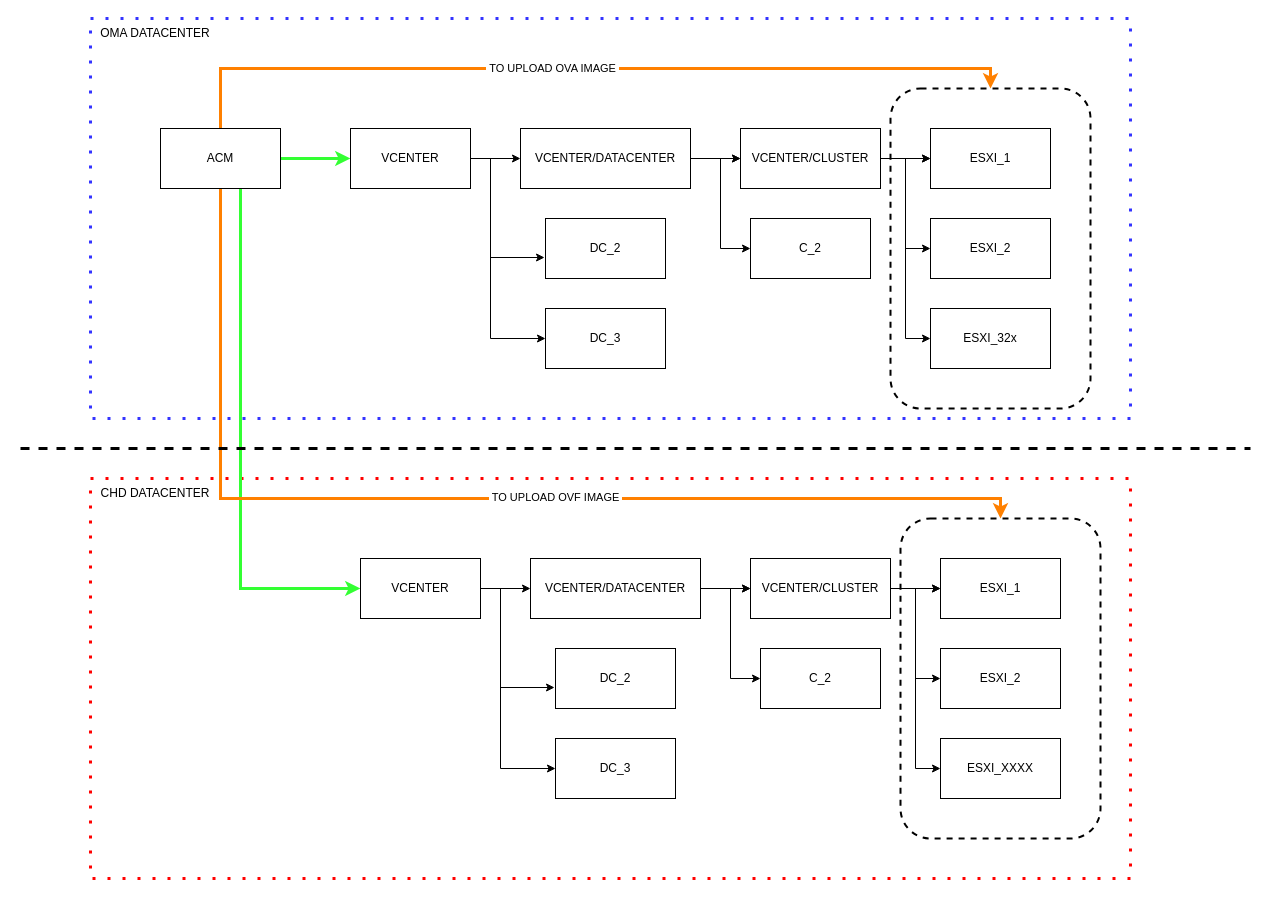
Above: acm-ipi-vmware.drawio in alexgdmx/diagrams.net (draw.io), before the change. Source tidied: cells renumbered, new cells numbered last; positions are measured from the earlier drawing's top-left corner, leaving out a move shared by most shapes. Both pictures are drawn from the tidied source at 100%, with x=0, y=0 at pixel (20, 18).
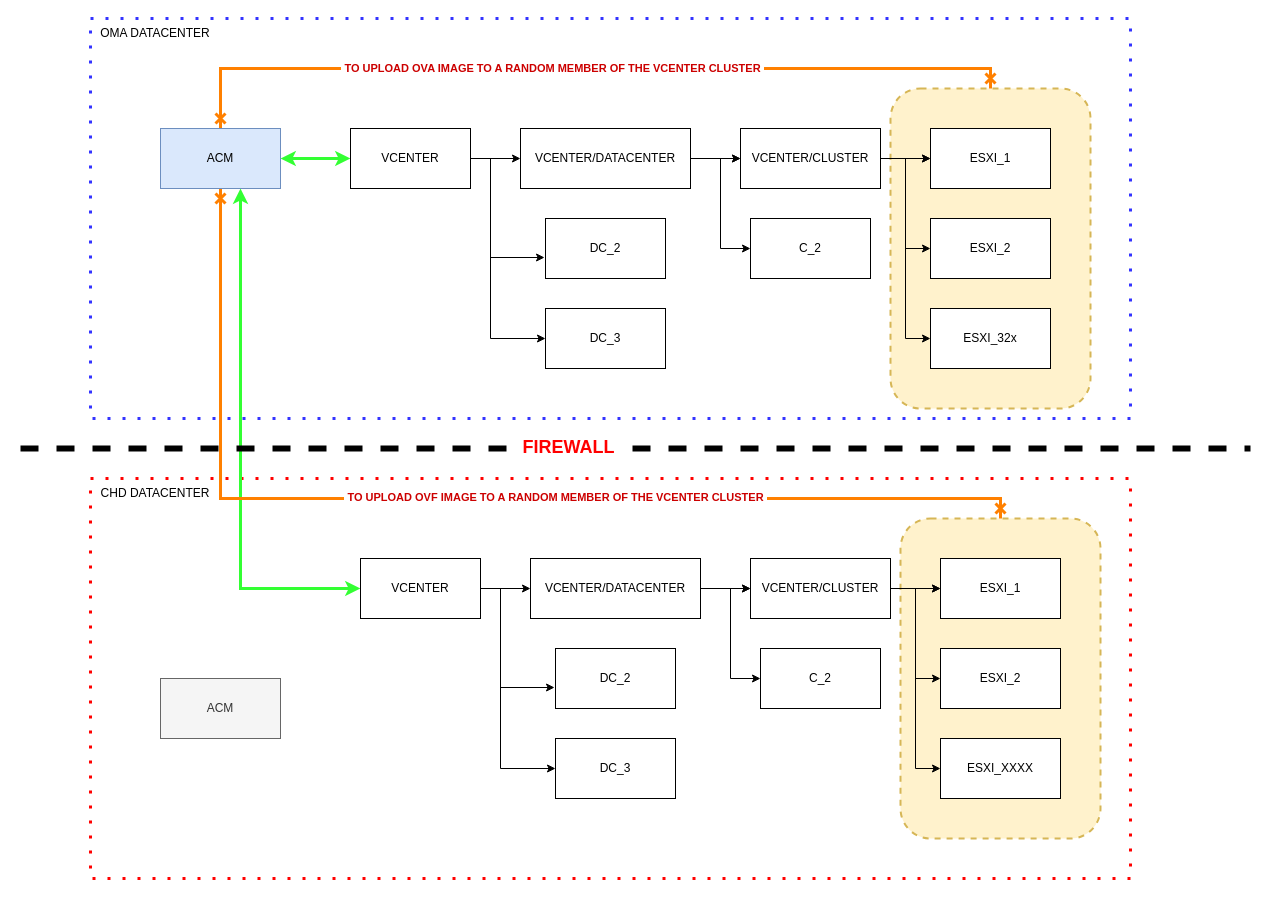
The same diagram, later.

Unchanged cells that the change refers to:
```xml
<mxCell id="16" value="VCENTER" style="rounded=0;whiteSpace=wrap;html=1;" parent="1" vertex="1">
  <mxGeometry x="330" y="110" width="120" height="60" as="geometry" />
</mxCell>
<mxCell id="35" value="VCENTER" style="rounded=0;whiteSpace=wrap;html=1;" parent="1" vertex="1">
  <mxGeometry x="340" y="540" width="120" height="60" as="geometry" />
</mxCell>
```

Diff of the diagram source:
```diff
@@
-    <mxCell id="3" style="rounded=1;whiteSpace=wrap;html=1;dashed=1;fillColor=none;strokeWidth=2;" parent="1" vertex="1">
+    <mxCell id="3" style="rounded=1;whiteSpace=wrap;html=1;dashed=1;fillColor=#fff2cc;strokeWidth=2;strokeColor=#d6b656;" parent="1" vertex="1">
       <mxGeometry x="880" y="500" width="200" height="320" as="geometry" />
     </mxCell>
@@
-    <mxCell id="6" style="rounded=1;whiteSpace=wrap;html=1;dashed=1;fillColor=none;strokeWidth=2;" parent="1" vertex="1">
+    <mxCell id="6" style="rounded=1;whiteSpace=wrap;html=1;dashed=1;fillColor=#fff2cc;strokeWidth=2;strokeColor=#d6b656;" parent="1" vertex="1">
       <mxGeometry x="870" y="70" width="200" height="320" as="geometry" />
     </mxCell>
-    <mxCell id="7" style="edgeStyle=orthogonalEdgeStyle;rounded=0;jettySize=auto;html=1;entryX=0;entryY=0.5;entryDx=0;entryDy=0;strokeColor=#33FF33;strokeWidth=3;" parent="1" edge="1" source="13" target="16">
+    <mxCell id="7" style="edgeStyle=orthogonalEdgeStyle;rounded=0;jettySize=auto;html=1;entryX=0;entryY=0.5;entryDx=0;entryDy=0;strokeColor=#33FF33;strokeWidth=3;startArrow=classic;startFill=1;" parent="1" edge="1" source="13" target="16">
       <mxGeometry relative="1" as="geometry" />
     </mxCell>
-    <mxCell id="8" style="edgeStyle=orthogonalEdgeStyle;rounded=0;jettySize=auto;html=1;entryX=0.5;entryY=0;entryDx=0;entryDy=0;strokeColor=#FF8000;strokeWidth=3;" parent="1" edge="1" source="13" target="6">
+    <mxCell id="8" style="edgeStyle=orthogonalEdgeStyle;rounded=0;jettySize=auto;html=1;entryX=0.5;entryY=0;entryDx=0;entryDy=0;strokeColor=#FF8000;strokeWidth=3;endArrow=cross;endFill=0;startArrow=cross;startFill=0;" parent="1" edge="1" source="13" target="6">
       <mxGeometry relative="1" as="geometry">
         <Array as="points">
           <mxPoint x="200" y="50" />
           <mxPoint x="970" y="50" />
         </Array>
       </mxGeometry>
     </mxCell>
-    <mxCell id="9" value="&amp;nbsp;TO UPLOAD OVA IMAGE&amp;nbsp;" style="edgeLabel;html=1;align=center;verticalAlign=middle;" parent="8" vertex="1">
+    <mxCell id="9" value="&lt;font style=&quot;color: rgb(204, 0, 0);&quot;&gt;&lt;b&gt;&amp;nbsp;TO UPLOAD OVA IMAGE TO A RANDOM MEMBER OF THE VCENTER CLUSTER&amp;nbsp;&lt;/b&gt;&lt;/font&gt;" style="edgeLabel;html=1;align=center;verticalAlign=middle;" parent="8" vertex="1">
       <mxGeometry x="-0.08" y="1" relative="1" as="geometry" />
     </mxCell>
-    <mxCell id="10" style="edgeStyle=orthogonalEdgeStyle;rounded=0;jettySize=auto;html=1;entryX=0;entryY=0.5;entryDx=0;entryDy=0;strokeColor=#33FF33;strokeWidth=3;" parent="1" edge="1" source="13" target="35">
+    <mxCell id="10" style="edgeStyle=orthogonalEdgeStyle;rounded=0;jettySize=auto;html=1;entryX=0;entryY=0.5;entryDx=0;entryDy=0;strokeColor=#33FF33;strokeWidth=3;startArrow=classic;startFill=1;" parent="1" edge="1" source="13" target="35">
       <mxGeometry relative="1" as="geometry">
         <Array as="points">
           <mxPoint x="220" y="570" />
         </Array>
       </mxGeometry>
     </mxCell>
-    <mxCell id="11" style="edgeStyle=orthogonalEdgeStyle;rounded=0;jettySize=auto;html=1;strokeColor=#FF8000;strokeWidth=3;" parent="1" edge="1" source="13" target="3">
+    <mxCell id="11" style="edgeStyle=orthogonalEdgeStyle;rounded=0;jettySize=auto;html=1;strokeColor=#FF8000;strokeWidth=3;endArrow=cross;endFill=0;startArrow=cross;startFill=0;" parent="1" edge="1" source="13" target="3">
       <mxGeometry relative="1" as="geometry">
         <Array as="points">
           <mxPoint x="200" y="480" />
           <mxPoint x="980" y="480" />
         </Array>
       </mxGeometry>
     </mxCell>
-    <mxCell id="12" value="&amp;nbsp;TO UPLOAD OVF IMAGE&amp;nbsp;" style="edgeLabel;html=1;align=center;verticalAlign=middle;" parent="11" vertex="1">
+    <mxCell id="12" value="&amp;nbsp;TO UPLOAD OVF IMAGE TO A RANDOM MEMBER OF THE VCENTER CLUSTER&amp;nbsp;" style="edgeLabel;html=1;align=center;verticalAlign=middle;fontStyle=1;fontColor=#CC0000;" parent="11" vertex="1">
       <mxGeometry x="0.16" y="2" relative="1" as="geometry" />
     </mxCell>
-    <mxCell id="13" value="ACM" style="rounded=0;whiteSpace=wrap;html=1;" parent="1" vertex="1">
+    <mxCell id="13" value="ACM" style="rounded=0;whiteSpace=wrap;html=1;fillColor=#dae8fc;strokeColor=#6c8ebf;" parent="1" vertex="1">
       <mxGeometry x="140" y="110" width="120" height="60" as="geometry" />
     </mxCell>
@@
-    <mxCell id="52" style="endArrow=none;dashed=1;html=1;rounded=0;strokeWidth=3;" parent="1" edge="1">
+    <mxCell id="52" style="endArrow=none;dashed=1;html=1;rounded=0;strokeWidth=6;" parent="1" edge="1">
       <mxGeometry relative="1" as="geometry">
         <mxPoint y="430" as="sourcePoint" />
         <mxPoint x="1230" y="430" as="targetPoint" />
       </mxGeometry>
     </mxCell>
+    <mxCell id="54" value="&lt;b&gt;&amp;nbsp;FIREWALL&amp;nbsp;&lt;/b&gt;" style="edgeLabel;html=1;align=center;verticalAlign=middle;fontSize=18;fontColor=#FF0000;" parent="52" vertex="1">
+      <mxGeometry x="-0.11" y="2" relative="1" as="geometry" />
+    </mxCell>
@@
+    <mxCell id="55" value="ACM" style="rounded=0;whiteSpace=wrap;html=1;fillColor=#f5f5f5;strokeColor=#666666;fontColor=#333333;" parent="1" vertex="1">
+      <mxGeometry x="140" y="660" width="120" height="60" as="geometry" />
+    </mxCell>
```
